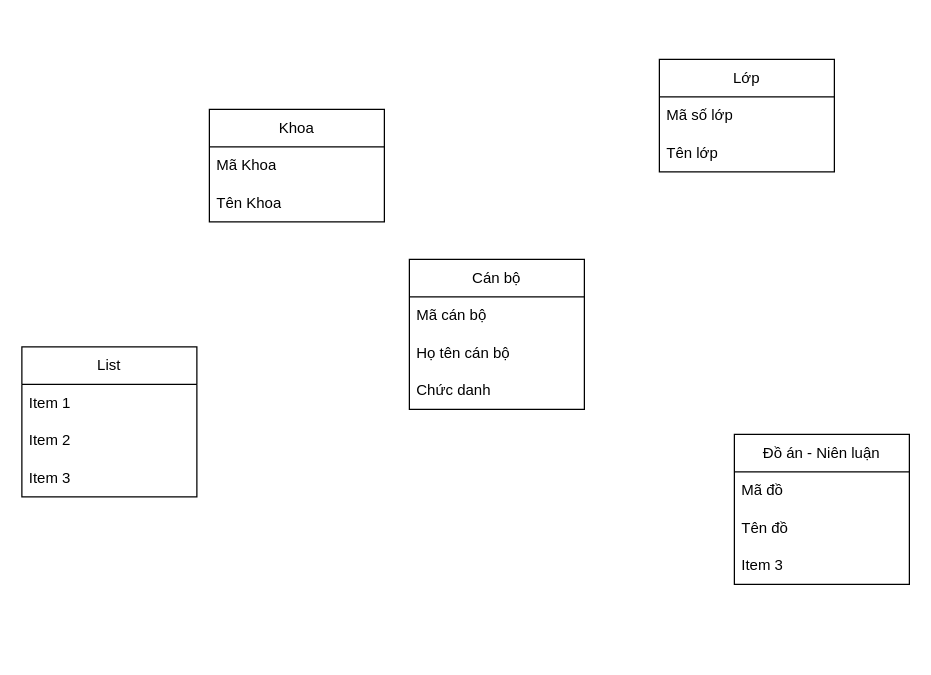
Above: Biểu đồ không có tiêu đề.drawio in DTTTMN/DTTTMN (draw.io), before the change. Source tidied: cells renumbered, new cells numbered last; positions are measured from the earlier drawing's top-left corner, leaving out a move shared by most shapes. Both pictures are drawn from the tidied source at 125%, with x=0, y=0 at pixel (21, 59).
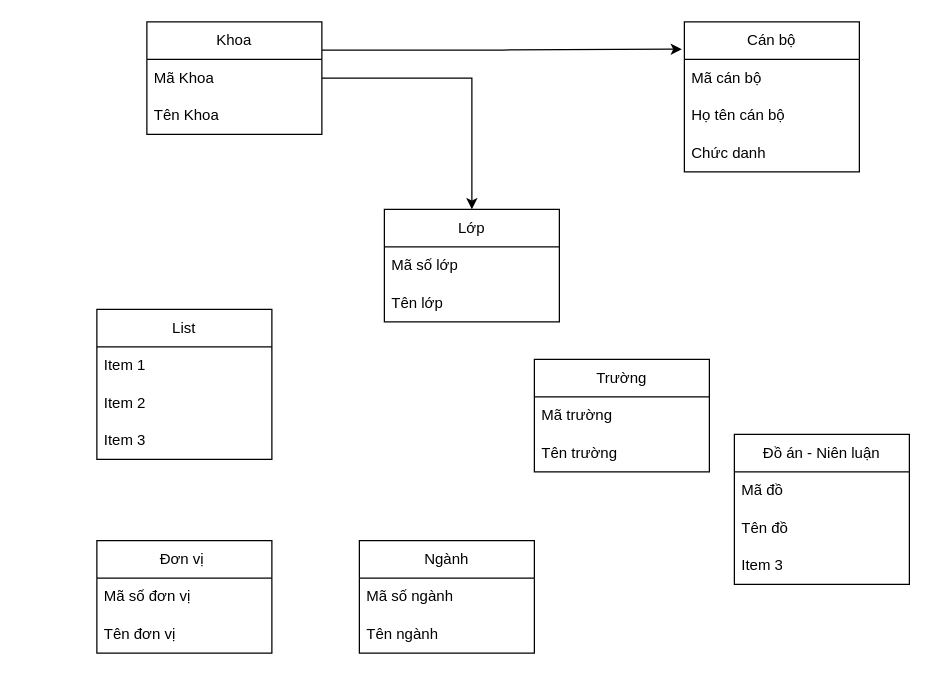
The same page after the edit.

Commit message:
Quản lý công tác giảng dạy.drawio

What changed in the source:
```diff
@@
+    <mxCell id="20" style="edgeStyle=orthogonalEdgeStyle;rounded=0;jettySize=auto;html=1;" parent="1" edge="1" source="2" target="13">
+      <mxGeometry relative="1" as="geometry" />
+    </mxCell>
+    <mxCell id="21" style="edgeStyle=orthogonalEdgeStyle;rounded=0;jettySize=auto;html=1;exitX=1;exitY=0.25;exitDx=0;exitDy=0;entryX=-0.014;entryY=0.182;entryDx=0;entryDy=0;entryPerimeter=0;" parent="1" edge="1" source="2" target="5">
+      <mxGeometry relative="1" as="geometry" />
+    </mxCell>
     <mxCell id="2" value="Khoa" style="swimlane;fontStyle=0;horizontal=1;startSize=30;whiteSpace=wrap;html=1;" parent="1" vertex="1">
-      <mxGeometry x="150" y="40" width="140" height="90" as="geometry" />
+      <mxGeometry x="100" y="-30" width="140" height="90" as="geometry" />
     </mxCell>
@@
     <mxCell id="5" value="Cán bộ" style="swimlane;fontStyle=0;horizontal=1;startSize=30;whiteSpace=wrap;html=1;" parent="1" vertex="1">
-      <mxGeometry x="310" y="160" width="140" height="120" as="geometry" />
+      <mxGeometry x="530" y="-30" width="140" height="120" as="geometry" />
     </mxCell>
@@
     <mxCell id="9" value="List" style="swimlane;fontStyle=0;horizontal=1;startSize=30;whiteSpace=wrap;html=1;" parent="1" vertex="1">
-      <mxGeometry y="230" width="140" height="120" as="geometry" />
+      <mxGeometry x="60" y="200" width="140" height="120" as="geometry" />
     </mxCell>
@@
     <mxCell id="13" value="Lớp" style="swimlane;fontStyle=0;horizontal=1;startSize=30;whiteSpace=wrap;html=1;" parent="1" vertex="1">
-      <mxGeometry x="510" width="140" height="90" as="geometry" />
+      <mxGeometry x="290" y="120" width="140" height="90" as="geometry" />
     </mxCell>
@@
+    <mxCell id="22" value="Ngành" style="swimlane;fontStyle=0;horizontal=1;startSize=30;whiteSpace=wrap;html=1;" parent="1" vertex="1">
+      <mxGeometry x="270" y="385" width="140" height="90" as="geometry" />
+    </mxCell>
+    <mxCell id="23" value="Mã số ngành" style="text;strokeColor=none;fillColor=none;align=left;verticalAlign=middle;spacingLeft=4;spacingRight=4;overflow=hidden;whiteSpace=wrap;html=1;" parent="22" vertex="1">
+      <mxGeometry y="30" width="140" height="30" as="geometry" />
+    </mxCell>
+    <mxCell id="24" value="Tên ngành" style="text;strokeColor=none;fillColor=none;align=left;verticalAlign=middle;spacingLeft=4;spacingRight=4;overflow=hidden;whiteSpace=wrap;html=1;" parent="22" vertex="1">
+      <mxGeometry y="60" width="140" height="30" as="geometry" />
+    </mxCell>
+    <mxCell id="25" value="Đơn vị&amp;nbsp;" style="swimlane;fontStyle=0;horizontal=1;startSize=30;whiteSpace=wrap;html=1;" parent="1" vertex="1">
+      <mxGeometry x="60" y="385" width="140" height="90" as="geometry" />
+    </mxCell>
+    <mxCell id="26" value="Mã số đơn vị" style="text;strokeColor=none;fillColor=none;align=left;verticalAlign=middle;spacingLeft=4;spacingRight=4;overflow=hidden;whiteSpace=wrap;html=1;" parent="25" vertex="1">
+      <mxGeometry y="30" width="140" height="30" as="geometry" />
+    </mxCell>
+    <mxCell id="27" value="Tên đơn vị" style="text;strokeColor=none;fillColor=none;align=left;verticalAlign=middle;spacingLeft=4;spacingRight=4;overflow=hidden;whiteSpace=wrap;html=1;" parent="25" vertex="1">
+      <mxGeometry y="60" width="140" height="30" as="geometry" />
+    </mxCell>
+    <mxCell id="28" value="Trường" style="swimlane;fontStyle=0;horizontal=1;startSize=30;whiteSpace=wrap;html=1;" parent="1" vertex="1">
+      <mxGeometry x="410" y="240" width="140" height="90" as="geometry" />
+    </mxCell>
+    <mxCell id="29" value="Mã trường" style="text;strokeColor=none;fillColor=none;align=left;verticalAlign=middle;spacingLeft=4;spacingRight=4;overflow=hidden;whiteSpace=wrap;html=1;" parent="28" vertex="1">
+      <mxGeometry y="30" width="140" height="30" as="geometry" />
+    </mxCell>
+    <mxCell id="30" value="Tên trường" style="text;strokeColor=none;fillColor=none;align=left;verticalAlign=middle;spacingLeft=4;spacingRight=4;overflow=hidden;whiteSpace=wrap;html=1;" parent="28" vertex="1">
+      <mxGeometry y="60" width="140" height="30" as="geometry" />
+    </mxCell>
```
